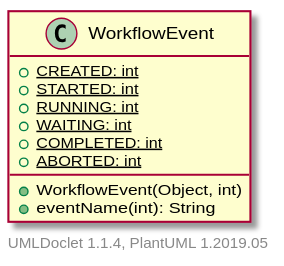
Before: apidocs/2.11.0.M7-SNAPSHOT/org/apache/wiki/event/WorkflowEvent.svg, a diagram exported from PlantUML (apache/jspwiki-site). Source of this version:
```plantuml
@startuml

    class WorkflowEvent [[WorkflowEvent.html]] {
        {static} +CREATED: int
        {static} +STARTED: int
        {static} +RUNNING: int
        {static} +WAITING: int
        {static} +COMPLETED: int
        {static} +ABORTED: int
        +WorkflowEvent(Object, int)
        +eventName(int): String
    }


    center footer UMLDoclet 1.1.4, PlantUML 1.2019.05
@enduml
```
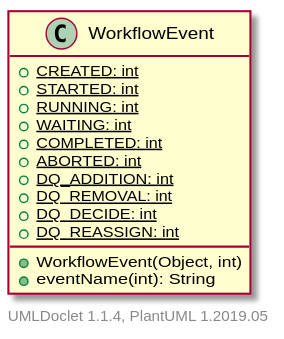
Above is the later version.

Change to the diagram source:
```diff
@@ -7,6 +7,10 @@
         {static} +WAITING: int
         {static} +COMPLETED: int
         {static} +ABORTED: int
+        {static} +DQ_ADDITION: int
+        {static} +DQ_REMOVAL: int
+        {static} +DQ_DECIDE: int
+        {static} +DQ_REASSIGN: int
         +WorkflowEvent(Object, int)
         +eventName(int): String
     }
```
